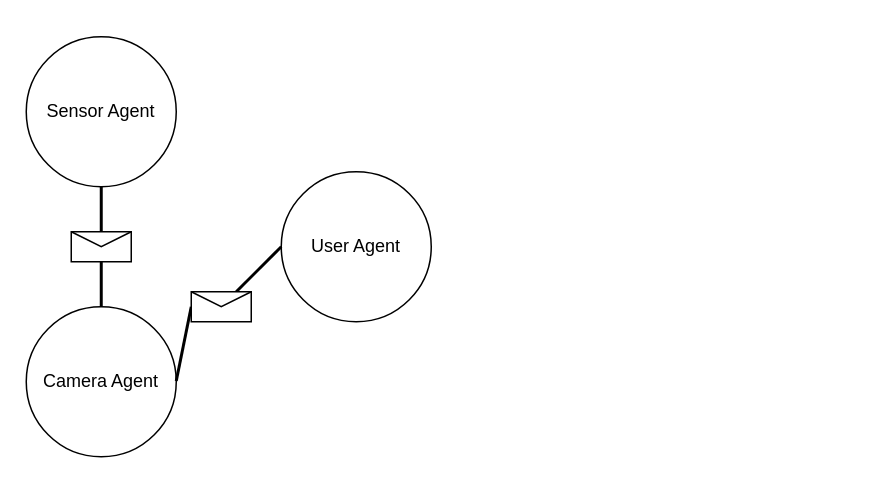
The draw.io diagram Actor_Model.drawio in bmarrao/TPSE, before the edit. Source tidied: cells renumbered, new cells numbered last; positions are measured from the earlier drawing's top-left corner, leaving out a move shared by most shapes. Both pictures are drawn from the tidied source at 150%, with x=0, y=0 at pixel (26, 36).
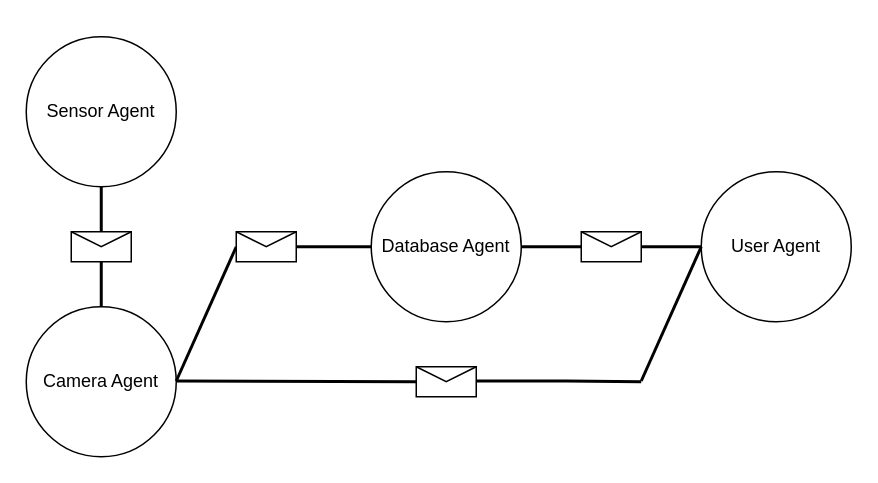
After the change.

Commit message (it also covers changes not shown here):
Added Database Agent to the schemas

Change to the diagram source:
```diff
@@
     <mxCell id="3" value="User Agent" style="ellipse;whiteSpace=wrap;html=1;" parent="1" vertex="1">
-      <mxGeometry x="170" y="90" width="100" height="100" as="geometry" />
+      <mxGeometry x="450" y="90" width="100" height="100" as="geometry" />
     </mxCell>
@@
-    <mxCell id="7" style="endArrow=none;html=1;rounded=0;strokeWidth=2;entryX=0;entryY=0.5;entryDx=0;entryDy=0;" parent="1" edge="1" source="10" target="3">
+    <mxCell id="7" style="endArrow=none;html=1;rounded=0;strokeWidth=2;entryX=0;entryY=0.5;entryDx=0;entryDy=0;" parent="1" edge="1" source="10" target="11">
       <mxGeometry relative="1" as="geometry" />
     </mxCell>
@@
     <mxCell id="10" style="shape=message;html=1;html=1;outlineConnect=0;labelPosition=center;verticalLabelPosition=bottom;align=center;verticalAlign=top;" parent="1" vertex="1">
-      <mxGeometry x="110" y="170" width="40" height="20" as="geometry" />
+      <mxGeometry x="140" y="130" width="40" height="20" as="geometry" />
     </mxCell>
+    <mxCell id="11" value="Database Agent" style="ellipse;whiteSpace=wrap;html=1;" parent="1" vertex="1">
+      <mxGeometry x="230" y="90" width="100" height="100" as="geometry" />
+    </mxCell>
+    <mxCell id="12" style="endArrow=none;html=1;rounded=0;strokeWidth=2;entryX=0;entryY=0.5;entryDx=0;entryDy=0;" parent="1" edge="1" source="14" target="3">
+      <mxGeometry relative="1" as="geometry" />
+    </mxCell>
+    <mxCell id="13" style="endArrow=none;html=1;rounded=0;strokeWidth=2;exitX=1;exitY=0.5;exitDx=0;exitDy=0;" parent="1" edge="1" source="11" target="14">
+      <mxGeometry relative="1" as="geometry" />
+    </mxCell>
+    <mxCell id="14" style="shape=message;html=1;html=1;outlineConnect=0;labelPosition=center;verticalLabelPosition=bottom;align=center;verticalAlign=top;" parent="1" vertex="1">
+      <mxGeometry x="370" y="130" width="40" height="20" as="geometry" />
+    </mxCell>
+    <mxCell id="15" style="shape=message;html=1;html=1;outlineConnect=0;labelPosition=center;verticalLabelPosition=bottom;align=center;verticalAlign=top;" parent="1" vertex="1">
+      <mxGeometry x="260" y="220" width="40" height="20" as="geometry" />
+    </mxCell>
+    <mxCell id="16" style="endArrow=none;html=1;rounded=0;strokeWidth=2;entryX=0;entryY=0.5;entryDx=0;entryDy=0;" parent="1" edge="1" target="15">
+      <mxGeometry relative="1" as="geometry">
+        <mxPoint x="100" y="229.5" as="sourcePoint" />
+      </mxGeometry>
+    </mxCell>
+    <mxCell id="17" style="endArrow=none;html=1;rounded=0;strokeWidth=2;exitX=1;exitY=0.5;exitDx=0;exitDy=0;" parent="1" edge="1">
+      <mxGeometry relative="1" as="geometry">
+        <mxPoint x="410" y="229.5" as="sourcePoint" />
+        <mxPoint x="450" y="140" as="targetPoint" />
+      </mxGeometry>
+    </mxCell>
+    <mxCell id="18" style="endArrow=none;html=1;rounded=0;strokeWidth=2;" parent="1" edge="1">
+      <mxGeometry relative="1" as="geometry">
+        <mxPoint x="300" y="229.5" as="sourcePoint" />
+        <mxPoint x="410" y="230" as="targetPoint" />
+        <Array as="points">
+          <mxPoint x="360" y="229.5" />
+        </Array>
+      </mxGeometry>
+    </mxCell>
```
